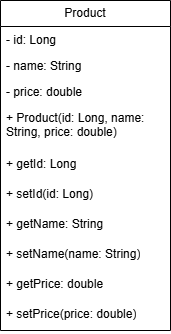
Before: docs/uml/Product.png, a diagram exported from draw.io (Anupama-Omiru-Dasanayake/spring-boot-tutorial-works). Source tidied: cells renumbered, new cells last; positions are measured from the earlier drawing's top-left corner, leaving out a move shared by most shapes.
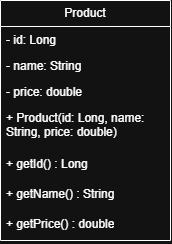
Above is the later version.

Commit message:
Update UML diagrams

Change to the diagram source:
```diff
@@ -3,7 +3,7 @@
     <mxCell id="0" />
     <mxCell id="1" parent="0" />
     <mxCell id="2" value="Product" style="swimlane;fontStyle=0;horizontal=1;startSize=26;fillColor=none;whiteSpace=wrap;html=1;" parent="1" vertex="1">
-      <mxGeometry width="170" height="330" as="geometry" />
+      <mxGeometry width="170" height="240" as="geometry" />
     </mxCell>
     <mxCell id="3" value="- id: Long" style="text;strokeColor=none;fillColor=none;align=left;verticalAlign=top;spacingLeft=4;spacingRight=4;overflow=hidden;whiteSpace=wrap;html=1;" parent="2" vertex="1">
       <mxGeometry y="26" width="170" height="26" as="geometry" />
@@ -17,23 +17,14 @@
     <mxCell id="6" value="+ Product(id: Long, name: String, price: double)" style="text;strokeColor=none;fillColor=none;align=left;verticalAlign=top;spacingLeft=4;spacingRight=4;overflow=hidden;whiteSpace=wrap;html=1;" parent="2" vertex="1">
       <mxGeometry y="104" width="170" height="46" as="geometry" />
     </mxCell>
-    <mxCell id="7" value="+ getId: Long&amp;nbsp;" style="text;strokeColor=none;fillColor=none;align=left;verticalAlign=top;spacingLeft=4;spacingRight=4;overflow=hidden;whiteSpace=wrap;html=1;" parent="2" vertex="1">
+    <mxCell id="7" value="+ getId() : Long&amp;nbsp;" style="text;strokeColor=none;fillColor=none;align=left;verticalAlign=top;spacingLeft=4;spacingRight=4;overflow=hidden;whiteSpace=wrap;html=1;" parent="2" vertex="1">
       <mxGeometry y="150" width="170" height="30" as="geometry" />
     </mxCell>
-    <mxCell id="8" value="+ setId(id: Long)" style="text;strokeColor=none;fillColor=none;align=left;verticalAlign=top;spacingLeft=4;spacingRight=4;overflow=hidden;whiteSpace=wrap;html=1;" parent="2" vertex="1">
-      <mxGeometry y="180" width="170" height="30" as="geometry" />
-    </mxCell>
-    <mxCell id="9" value="+ getName: String" style="text;strokeColor=none;fillColor=none;align=left;verticalAlign=top;spacingLeft=4;spacingRight=4;overflow=hidden;whiteSpace=wrap;html=1;" parent="2" vertex="1">
-      <mxGeometry y="210" width="170" height="30" as="geometry" />
+    <mxCell id="9" value="+ getName() : String" style="text;strokeColor=none;fillColor=none;align=left;verticalAlign=top;spacingLeft=4;spacingRight=4;overflow=hidden;whiteSpace=wrap;html=1;" parent="2" vertex="1">
+      <mxGeometry y="180" width="170" height="30" as="geometry" />
     </mxCell>
-    <mxCell id="10" value="+ setName(name: String)" style="text;strokeColor=none;fillColor=none;align=left;verticalAlign=top;spacingLeft=4;spacingRight=4;overflow=hidden;whiteSpace=wrap;html=1;" parent="2" vertex="1">
-      <mxGeometry y="240" width="170" height="30" as="geometry" />
-    </mxCell>
-    <mxCell id="11" value="+ getPrice: double" style="text;strokeColor=none;fillColor=none;align=left;verticalAlign=top;spacingLeft=4;spacingRight=4;overflow=hidden;whiteSpace=wrap;html=1;" parent="2" vertex="1">
-      <mxGeometry y="270" width="170" height="30" as="geometry" />
+    <mxCell id="11" value="+ getPrice() : double" style="text;strokeColor=none;fillColor=none;align=left;verticalAlign=top;spacingLeft=4;spacingRight=4;overflow=hidden;whiteSpace=wrap;html=1;" parent="2" vertex="1">
+      <mxGeometry y="210" width="170" height="30" as="geometry" />
     </mxCell>
-    <mxCell id="12" value="+ setPrice(price: double)" style="text;strokeColor=none;fillColor=none;align=left;verticalAlign=top;spacingLeft=4;spacingRight=4;overflow=hidden;whiteSpace=wrap;html=1;" parent="2" vertex="1">
-      <mxGeometry y="300" width="170" height="30" as="geometry" />
-    </mxCell>
   </root>
 </mxGraphModel>
```
